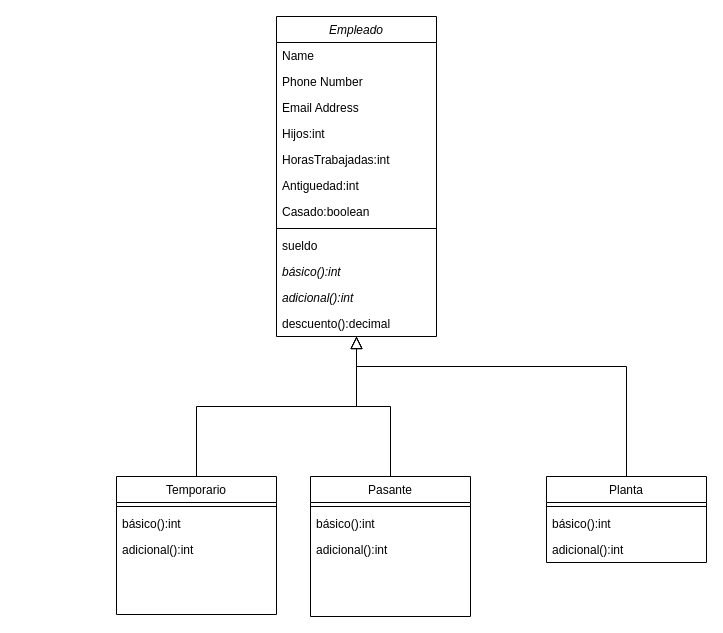
This is p2e4.drawio from santolp/oo2, a draw.io file, before an edit. Source tidied: cells renumbered, new cells numbered last; positions are measured from the earlier drawing's top-left corner, leaving out a move shared by most shapes. Both pictures are drawn from the tidied source at 100%, with x=0, y=0 at pixel (116, 16).
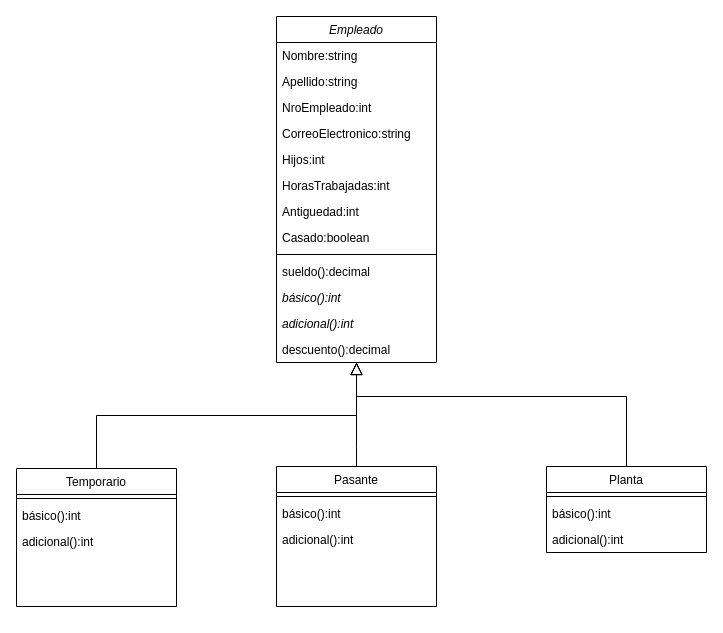
After the change.

Change to the diagram source:
```diff
@@
     <mxCell id="2" value="Empleado" style="swimlane;fontStyle=2;align=center;verticalAlign=top;horizontal=1;startSize=26;rounded=0;shadow=0;strokeWidth=1;" parent="1" vertex="1">
-      <mxGeometry x="160" width="160" height="320" as="geometry" />
+      <mxGeometry x="160" width="160" height="346" as="geometry" />
     </mxCell>
-    <mxCell id="3" value="Name" style="text;align=left;verticalAlign=top;spacingLeft=4;spacingRight=4;overflow=hidden;" parent="2" vertex="1">
+    <mxCell id="3" value="Nombre:string" style="text;align=left;verticalAlign=top;spacingLeft=4;spacingRight=4;overflow=hidden;" parent="2" vertex="1">
       <mxGeometry y="26" width="160" height="26" as="geometry" />
     </mxCell>
-    <mxCell id="4" value="Phone Number" style="text;align=left;verticalAlign=top;spacingLeft=4;spacingRight=4;overflow=hidden;rounded=0;shadow=0;html=0;" parent="2" vertex="1">
-      <mxGeometry y="52" width="160" height="26" as="geometry" />
-    </mxCell>
+    <mxCell id="30" value="Apellido:string" style="text;align=left;verticalAlign=top;spacingLeft=4;spacingRight=4;overflow=hidden;" parent="2" vertex="1">
+      <mxGeometry y="52" width="160" height="26" as="geometry" />
+    </mxCell>
+    <mxCell id="31" value="NroEmpleado:int" style="text;align=left;verticalAlign=top;spacingLeft=4;spacingRight=4;overflow=hidden;" parent="2" vertex="1">
+      <mxGeometry y="78" width="160" height="26" as="geometry" />
+    </mxCell>
-    <mxCell id="5" value="Email Address" style="text;align=left;verticalAlign=top;spacingLeft=4;spacingRight=4;overflow=hidden;rounded=0;shadow=0;html=0;" parent="2" vertex="1">
-      <mxGeometry y="78" width="160" height="26" as="geometry" />
+    <mxCell id="5" value="CorreoElectronico:string" style="text;align=left;verticalAlign=top;spacingLeft=4;spacingRight=4;overflow=hidden;rounded=0;shadow=0;html=0;" parent="2" vertex="1">
+      <mxGeometry y="104" width="160" height="26" as="geometry" />
     </mxCell>
     <mxCell id="6" value="Hijos:int" style="text;align=left;verticalAlign=top;spacingLeft=4;spacingRight=4;overflow=hidden;rounded=0;shadow=0;html=0;" parent="2" vertex="1">
-      <mxGeometry y="104" width="160" height="26" as="geometry" />
+      <mxGeometry y="130" width="160" height="26" as="geometry" />
     </mxCell>
     <mxCell id="7" value="HorasTrabajadas:int" style="text;align=left;verticalAlign=top;spacingLeft=4;spacingRight=4;overflow=hidden;rounded=0;shadow=0;html=0;" parent="2" vertex="1">
-      <mxGeometry y="130" width="160" height="26" as="geometry" />
+      <mxGeometry y="156" width="160" height="26" as="geometry" />
     </mxCell>
     <mxCell id="8" value="Antiguedad:int" style="text;align=left;verticalAlign=top;spacingLeft=4;spacingRight=4;overflow=hidden;rounded=0;shadow=0;html=0;" parent="2" vertex="1">
-      <mxGeometry y="156" width="160" height="26" as="geometry" />
+      <mxGeometry y="182" width="160" height="26" as="geometry" />
     </mxCell>
     <mxCell id="9" value="Casado:boolean" style="text;align=left;verticalAlign=top;spacingLeft=4;spacingRight=4;overflow=hidden;rounded=0;shadow=0;html=0;" parent="2" vertex="1">
-      <mxGeometry y="182" width="160" height="26" as="geometry" />
+      <mxGeometry y="208" width="160" height="26" as="geometry" />
     </mxCell>
     <mxCell id="10" style="line;html=1;strokeWidth=1;align=left;verticalAlign=middle;spacingTop=-1;spacingLeft=3;spacingRight=3;labelPosition=right;" parent="2" vertex="1">
-      <mxGeometry y="208" width="160" height="8" as="geometry" />
+      <mxGeometry y="234" width="160" height="8" as="geometry" />
     </mxCell>
-    <mxCell id="11" value="sueldo" style="text;align=left;verticalAlign=top;spacingLeft=4;spacingRight=4;overflow=hidden;" parent="2" vertex="1">
-      <mxGeometry y="216" width="160" height="26" as="geometry" />
+    <mxCell id="11" value="sueldo():decimal" style="text;align=left;verticalAlign=top;spacingLeft=4;spacingRight=4;overflow=hidden;" parent="2" vertex="1">
+      <mxGeometry y="242" width="160" height="26" as="geometry" />
     </mxCell>
     <mxCell id="12" value="básico():int&#10;" style="text;align=left;verticalAlign=top;spacingLeft=4;spacingRight=4;overflow=hidden;fontStyle=2;" parent="2" vertex="1">
-      <mxGeometry y="242" width="160" height="26" as="geometry" />
+      <mxGeometry y="268" width="160" height="26" as="geometry" />
     </mxCell>
     <mxCell id="13" value="adicional():int&#10;" style="text;align=left;verticalAlign=top;spacingLeft=4;spacingRight=4;overflow=hidden;fontStyle=2;" parent="2" vertex="1">
-      <mxGeometry y="268" width="160" height="26" as="geometry" />
+      <mxGeometry y="294" width="160" height="26" as="geometry" />
     </mxCell>
     <mxCell id="14" value="descuento():decimal" style="text;align=left;verticalAlign=top;spacingLeft=4;spacingRight=4;overflow=hidden;fontStyle=0;" parent="2" vertex="1">
-      <mxGeometry y="294" width="160" height="26" as="geometry" />
+      <mxGeometry y="320" width="160" height="26" as="geometry" />
     </mxCell>
     <mxCell id="15" value="Temporario" style="swimlane;fontStyle=0;align=center;verticalAlign=top;horizontal=1;startSize=26;rounded=0;shadow=0;strokeWidth=1;" parent="1" vertex="1">
-      <mxGeometry y="460" width="160" height="138" as="geometry" />
+      <mxGeometry x="-100" y="452" width="160" height="138" as="geometry" />
     </mxCell>
@@
     <mxCell id="20" value="Pasante" style="swimlane;fontStyle=0;align=center;verticalAlign=top;horizontal=1;startSize=26;rounded=0;shadow=0;strokeWidth=1;" parent="1" vertex="1">
-      <mxGeometry x="194" y="460" width="160" height="140" as="geometry" />
+      <mxGeometry x="160" y="450" width="160" height="140" as="geometry" />
     </mxCell>
@@
     <mxCell id="24" style="endArrow=block;endSize=10;endFill=0;shadow=0;strokeWidth=1;rounded=0;edgeStyle=elbowEdgeStyle;elbow=vertical;" parent="1" edge="1" source="20" target="2">
-      <mxGeometry relative="1" as="geometry" />
+      <mxGeometry relative="1" as="geometry">
+        <Array as="points">
+          <mxPoint x="240" y="430" />
+        </Array>
+      </mxGeometry>
     </mxCell>
     <mxCell id="25" value="Planta" style="swimlane;fontStyle=0;align=center;verticalAlign=top;horizontal=1;startSize=26;rounded=0;shadow=0;strokeWidth=1;" parent="1" vertex="1">
-      <mxGeometry x="430" y="460" width="160" height="86" as="geometry" />
+      <mxGeometry x="430" y="450" width="160" height="86" as="geometry" />
     </mxCell>
@@
     <mxCell id="29" style="endArrow=block;endSize=10;endFill=0;shadow=0;strokeWidth=1;rounded=0;edgeStyle=elbowEdgeStyle;elbow=vertical;entryX=0.5;entryY=1;entryDx=0;entryDy=0;" parent="1" edge="1" source="25" target="2">
       <mxGeometry relative="1" as="geometry">
         <Array as="points">
-          <mxPoint x="380" y="350" />
+          <mxPoint x="390" y="380" />
+          <mxPoint x="380" y="390" />
           <mxPoint x="380" y="330" />
           <mxPoint x="400" y="360" />
         </Array>
       </mxGeometry>
     </mxCell>
```
